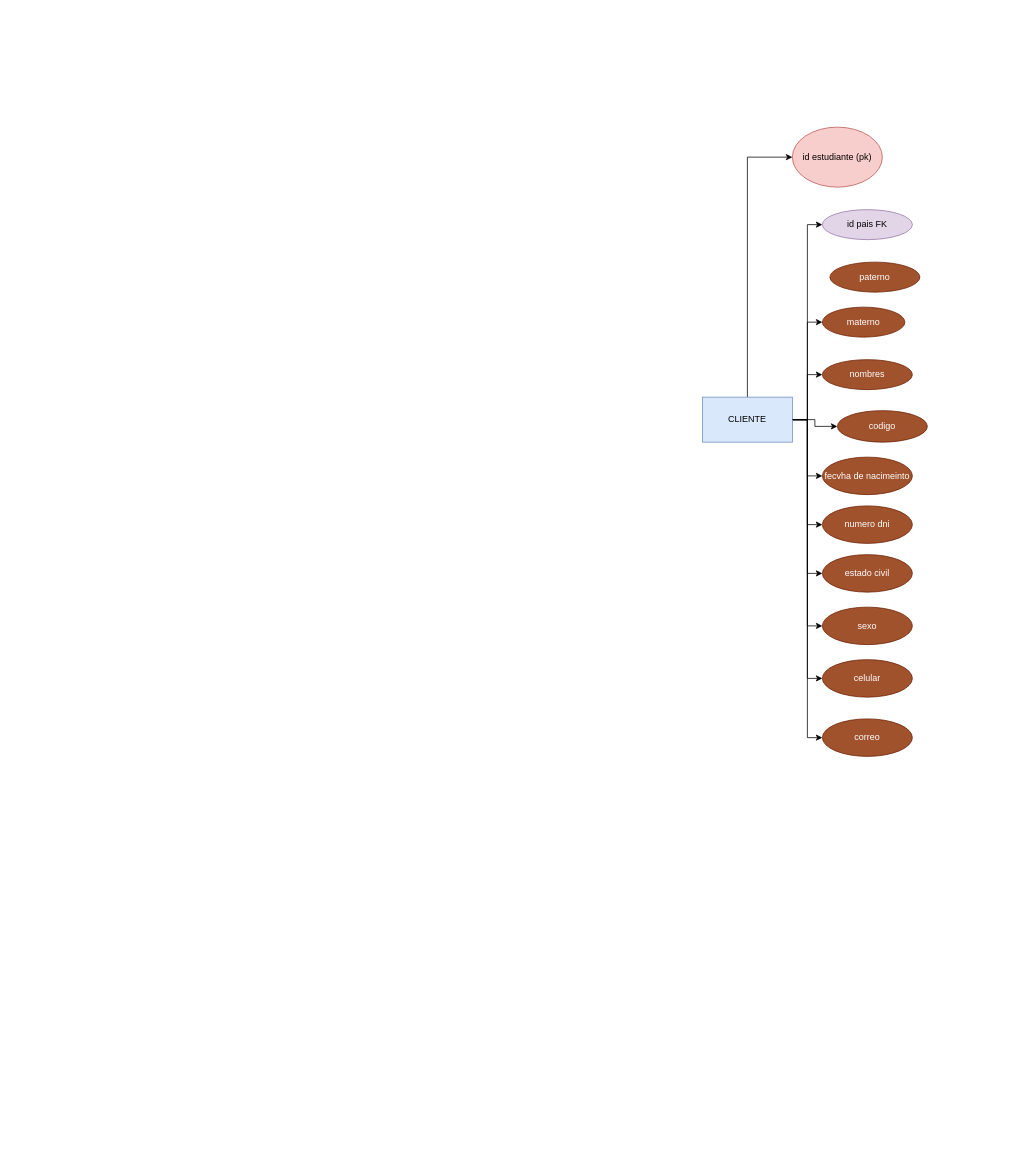
This is Diagrama TALEA título.drawio from alexanderhuahuacccapacc/BDn, a draw.io file, before an edit. Source tidied: cells renumbered, new cells numbered last; positions are measured from the earlier drawing's top-left corner, leaving out a move shared by most shapes. Both pictures are drawn from the tidied source at 75%, with x=0, y=0 at pixel (702, 127).
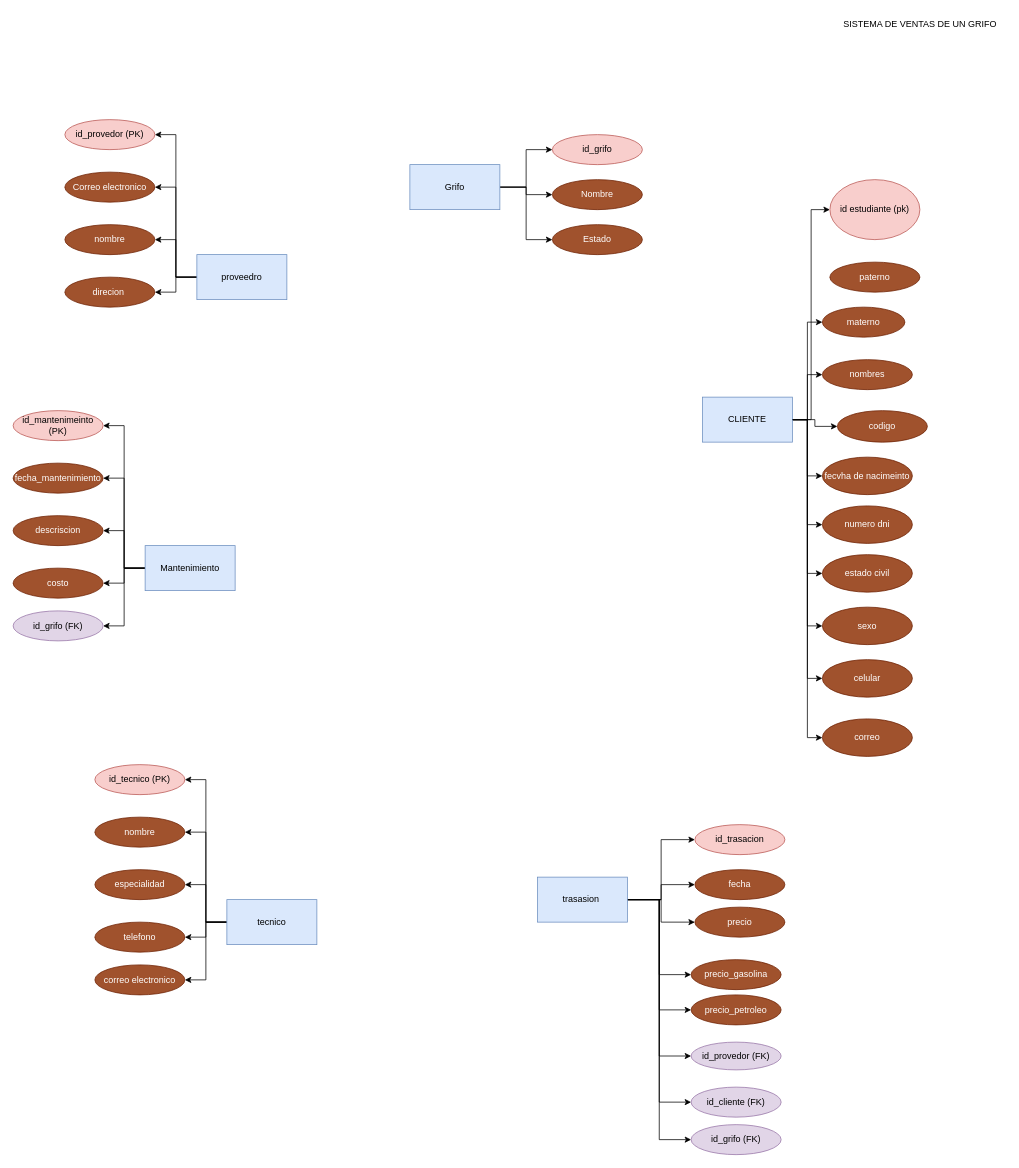
Above is the later version.

Unchanged cells that the change refers to:
```xml
<mxCell id="12" value="&lt;div&gt;CLIENTE&lt;/div&gt;" style="rounded=0;whiteSpace=wrap;html=1;fillColor=#dae8fc;strokeColor=#6c8ebf;" parent="1" vertex="1">
  <mxGeometry y="360" width="120" height="60" as="geometry" />
</mxCell>
```

Diff of the diagram source:
```diff
@@
-    <mxCell id="11" style="edgeStyle=orthogonalEdgeStyle;rounded=0;jettySize=auto;html=1;entryX=0;entryY=0.5;entryDx=0;entryDy=0;" parent="1" edge="1" source="12" target="24">
-      <mxGeometry relative="1" as="geometry" />
-    </mxCell>
@@
     <mxCell id="13" value="id estudiante (pk)" style="ellipse;whiteSpace=wrap;html=1;fillColor=#f8cecc;strokeColor=#b85450;" parent="1" vertex="1">
-      <mxGeometry x="120" width="120" height="80" as="geometry" />
+      <mxGeometry x="170" y="70" width="120" height="80" as="geometry" />
     </mxCell>
@@
-    <mxCell id="24" value="id pais FK" style="ellipse;whiteSpace=wrap;html=1;fillColor=#e1d5e7;strokeColor=#9673a6;" parent="1" vertex="1">
-      <mxGeometry x="160" y="110" width="120" height="40" as="geometry" />
-    </mxCell>
@@
+    <mxCell id="26" value="SISTEMA DE VENTAS DE UN GRIFO" style="text;html=1;align=center;verticalAlign=middle;strokeColor=none;fillColor=none;" parent="1" vertex="1">
+      <mxGeometry x="175" y="-152" width="230" height="30" as="geometry" />
+    </mxCell>
+    <mxCell id="27" style="edgeStyle=orthogonalEdgeStyle;rounded=0;jettySize=auto;html=1;entryX=0;entryY=0.5;entryDx=0;entryDy=0;" parent="1" edge="1" source="30" target="32">
+      <mxGeometry relative="1" as="geometry" />
+    </mxCell>
+    <mxCell id="28" style="edgeStyle=orthogonalEdgeStyle;rounded=0;jettySize=auto;html=1;entryX=0;entryY=0.5;entryDx=0;entryDy=0;" parent="1" edge="1" source="30" target="33">
+      <mxGeometry relative="1" as="geometry" />
+    </mxCell>
+    <mxCell id="29" style="edgeStyle=orthogonalEdgeStyle;rounded=0;jettySize=auto;html=1;entryX=0;entryY=0.5;entryDx=0;entryDy=0;" parent="1" edge="1" source="30" target="31">
+      <mxGeometry relative="1" as="geometry" />
+    </mxCell>
+    <mxCell id="30" value="Grifo" style="rounded=0;whiteSpace=wrap;html=1;fillColor=#dae8fc;strokeColor=#6c8ebf;" parent="1" vertex="1">
+      <mxGeometry x="-390" y="50" width="120" height="60" as="geometry" />
+    </mxCell>
+    <mxCell id="31" value="Estado" style="ellipse;whiteSpace=wrap;html=1;fillColor=#a0522d;strokeColor=#6D1F00;fontColor=#ffffff;" parent="1" vertex="1">
+      <mxGeometry x="-200" y="130" width="120" height="40" as="geometry" />
+    </mxCell>
+    <mxCell id="32" value="id_grifo" style="ellipse;whiteSpace=wrap;html=1;fillColor=#f8cecc;strokeColor=#b85450;" parent="1" vertex="1">
+      <mxGeometry x="-200" y="10" width="120" height="40" as="geometry" />
+    </mxCell>
+    <mxCell id="33" value="Nombre" style="ellipse;whiteSpace=wrap;html=1;fillColor=#a0522d;strokeColor=#6D1F00;fontColor=#ffffff;" parent="1" vertex="1">
+      <mxGeometry x="-200" y="70" width="120" height="40" as="geometry" />
+    </mxCell>
+    <mxCell id="34" style="edgeStyle=orthogonalEdgeStyle;rounded=0;jettySize=auto;html=1;entryX=1;entryY=0.5;entryDx=0;entryDy=0;" parent="1" edge="1" source="38" target="39">
+      <mxGeometry relative="1" as="geometry" />
+    </mxCell>
+    <mxCell id="35" style="edgeStyle=orthogonalEdgeStyle;rounded=0;jettySize=auto;html=1;entryX=1;entryY=0.5;entryDx=0;entryDy=0;" parent="1" edge="1" source="38" target="42">
+      <mxGeometry relative="1" as="geometry" />
+    </mxCell>
+    <mxCell id="36" style="edgeStyle=orthogonalEdgeStyle;rounded=0;jettySize=auto;html=1;entryX=1;entryY=0.5;entryDx=0;entryDy=0;" parent="1" edge="1" source="38" target="41">
+      <mxGeometry relative="1" as="geometry" />
+    </mxCell>
+    <mxCell id="37" style="edgeStyle=orthogonalEdgeStyle;rounded=0;jettySize=auto;html=1;entryX=1;entryY=0.5;entryDx=0;entryDy=0;" parent="1" edge="1" source="38" target="40">
+      <mxGeometry relative="1" as="geometry" />
+    </mxCell>
+    <mxCell id="38" value="proveedro" style="rounded=0;whiteSpace=wrap;html=1;fillColor=#dae8fc;strokeColor=#6c8ebf;" parent="1" vertex="1">
+      <mxGeometry x="-674" y="170" width="120" height="60" as="geometry" />
+    </mxCell>
+    <mxCell id="39" value="id_provedor (PK)" style="ellipse;whiteSpace=wrap;html=1;fillColor=#f8cecc;strokeColor=#b85450;" parent="1" vertex="1">
+      <mxGeometry x="-850" y="-10" width="120" height="40" as="geometry" />
+    </mxCell>
+    <mxCell id="40" value="direcion&amp;nbsp;" style="ellipse;whiteSpace=wrap;html=1;fillColor=#a0522d;strokeColor=#6D1F00;fontColor=#ffffff;" parent="1" vertex="1">
+      <mxGeometry x="-850" y="200" width="120" height="40" as="geometry" />
+    </mxCell>
+    <mxCell id="41" value="nombre" style="ellipse;whiteSpace=wrap;html=1;fillColor=#a0522d;strokeColor=#6D1F00;fontColor=#ffffff;" parent="1" vertex="1">
+      <mxGeometry x="-850" y="130" width="120" height="40" as="geometry" />
+    </mxCell>
+    <mxCell id="42" value="Correo electronico" style="ellipse;whiteSpace=wrap;html=1;fillColor=#a0522d;strokeColor=#6D1F00;fontColor=#ffffff;" parent="1" vertex="1">
+      <mxGeometry x="-850" y="60" width="120" height="40" as="geometry" />
+    </mxCell>
+    <mxCell id="43" style="edgeStyle=orthogonalEdgeStyle;rounded=0;jettySize=auto;html=1;entryX=1;entryY=0.5;entryDx=0;entryDy=0;" parent="1" edge="1" source="48" target="49">
+      <mxGeometry relative="1" as="geometry" />
+    </mxCell>
+    <mxCell id="44" style="edgeStyle=orthogonalEdgeStyle;rounded=0;jettySize=auto;html=1;entryX=1;entryY=0.5;entryDx=0;entryDy=0;" parent="1" edge="1" source="48" target="52">
+      <mxGeometry relative="1" as="geometry" />
+    </mxCell>
+    <mxCell id="45" style="edgeStyle=orthogonalEdgeStyle;rounded=0;jettySize=auto;html=1;entryX=1;entryY=0.5;entryDx=0;entryDy=0;" parent="1" edge="1" source="48" target="51">
+      <mxGeometry relative="1" as="geometry" />
+    </mxCell>
+    <mxCell id="46" style="edgeStyle=orthogonalEdgeStyle;rounded=0;jettySize=auto;html=1;entryX=1;entryY=0.5;entryDx=0;entryDy=0;" parent="1" edge="1" source="48" target="50">
+      <mxGeometry relative="1" as="geometry" />
+    </mxCell>
+    <mxCell id="47" style="edgeStyle=orthogonalEdgeStyle;rounded=0;jettySize=auto;html=1;entryX=1;entryY=0.5;entryDx=0;entryDy=0;" parent="1" edge="1" source="48" target="53">
+      <mxGeometry relative="1" as="geometry" />
+    </mxCell>
+    <mxCell id="48" value="Mantenimiento" style="rounded=0;whiteSpace=wrap;html=1;fillColor=#dae8fc;strokeColor=#6c8ebf;" parent="1" vertex="1">
+      <mxGeometry x="-743" y="558" width="120" height="60" as="geometry" />
+    </mxCell>
+    <mxCell id="49" value="id_mantenimeinto (PK)" style="ellipse;whiteSpace=wrap;html=1;fillColor=#f8cecc;strokeColor=#b85450;" parent="1" vertex="1">
+      <mxGeometry x="-919" y="378" width="120" height="40" as="geometry" />
+    </mxCell>
+    <mxCell id="50" value="costo" style="ellipse;whiteSpace=wrap;html=1;fillColor=#a0522d;strokeColor=#6D1F00;fontColor=#ffffff;" parent="1" vertex="1">
+      <mxGeometry x="-919" y="588" width="120" height="40" as="geometry" />
+    </mxCell>
+    <mxCell id="51" value="descriscion" style="ellipse;whiteSpace=wrap;html=1;fillColor=#a0522d;strokeColor=#6D1F00;fontColor=#ffffff;" parent="1" vertex="1">
+      <mxGeometry x="-919" y="518" width="120" height="40" as="geometry" />
+    </mxCell>
+    <mxCell id="52" value="fecha_mantenimiento" style="ellipse;whiteSpace=wrap;html=1;fillColor=#a0522d;strokeColor=#6D1F00;fontColor=#ffffff;" parent="1" vertex="1">
+      <mxGeometry x="-919" y="448" width="120" height="40" as="geometry" />
+    </mxCell>
+    <mxCell id="53" value="id_grifo (FK)" style="ellipse;whiteSpace=wrap;html=1;fillColor=#e1d5e7;strokeColor=#9673a6;" parent="1" vertex="1">
+      <mxGeometry x="-919" y="645" width="120" height="40" as="geometry" />
+    </mxCell>
+    <mxCell id="54" style="edgeStyle=orthogonalEdgeStyle;rounded=0;jettySize=auto;html=1;entryX=1;entryY=0.5;entryDx=0;entryDy=0;" parent="1" edge="1" source="59" target="60">
+      <mxGeometry relative="1" as="geometry" />
+    </mxCell>
+    <mxCell id="55" style="edgeStyle=orthogonalEdgeStyle;rounded=0;jettySize=auto;html=1;entryX=1;entryY=0.5;entryDx=0;entryDy=0;" parent="1" edge="1" source="59" target="63">
+      <mxGeometry relative="1" as="geometry" />
+    </mxCell>
+    <mxCell id="56" style="edgeStyle=orthogonalEdgeStyle;rounded=0;jettySize=auto;html=1;entryX=1;entryY=0.5;entryDx=0;entryDy=0;" parent="1" edge="1" source="59" target="62">
+      <mxGeometry relative="1" as="geometry" />
+    </mxCell>
+    <mxCell id="57" style="edgeStyle=orthogonalEdgeStyle;rounded=0;jettySize=auto;html=1;entryX=1;entryY=0.5;entryDx=0;entryDy=0;" parent="1" edge="1" source="59" target="61">
+      <mxGeometry relative="1" as="geometry" />
+    </mxCell>
+    <mxCell id="58" style="edgeStyle=orthogonalEdgeStyle;rounded=0;jettySize=auto;html=1;entryX=1;entryY=0.5;entryDx=0;entryDy=0;" parent="1" edge="1" source="59" target="64">
+      <mxGeometry relative="1" as="geometry" />
+    </mxCell>
+    <mxCell id="59" value="tecnico" style="rounded=0;whiteSpace=wrap;html=1;fillColor=#dae8fc;strokeColor=#6c8ebf;" parent="1" vertex="1">
+      <mxGeometry x="-634" y="1030" width="120" height="60" as="geometry" />
+    </mxCell>
+    <mxCell id="60" value="id_tecnico (PK)" style="ellipse;whiteSpace=wrap;html=1;fillColor=#f8cecc;strokeColor=#b85450;" parent="1" vertex="1">
+      <mxGeometry x="-810" y="850" width="120" height="40" as="geometry" />
+    </mxCell>
+    <mxCell id="61" value="telefono" style="ellipse;whiteSpace=wrap;html=1;fillColor=#a0522d;strokeColor=#6D1F00;fontColor=#ffffff;" parent="1" vertex="1">
+      <mxGeometry x="-810" y="1060" width="120" height="40" as="geometry" />
+    </mxCell>
+    <mxCell id="62" value="especialidad" style="ellipse;whiteSpace=wrap;html=1;fillColor=#a0522d;strokeColor=#6D1F00;fontColor=#ffffff;" parent="1" vertex="1">
+      <mxGeometry x="-810" y="990" width="120" height="40" as="geometry" />
+    </mxCell>
+    <mxCell id="63" value="nombre" style="ellipse;whiteSpace=wrap;html=1;fillColor=#a0522d;strokeColor=#6D1F00;fontColor=#ffffff;" parent="1" vertex="1">
+      <mxGeometry x="-810" y="920" width="120" height="40" as="geometry" />
+    </mxCell>
+    <mxCell id="64" value="correo electronico" style="ellipse;whiteSpace=wrap;html=1;fillColor=#a0522d;strokeColor=#6D1F00;fontColor=#ffffff;" parent="1" vertex="1">
+      <mxGeometry x="-810" y="1117" width="120" height="40" as="geometry" />
+    </mxCell>
+    <mxCell id="65" style="edgeStyle=orthogonalEdgeStyle;rounded=0;jettySize=auto;html=1;entryX=0;entryY=0.5;entryDx=0;entryDy=0;" parent="1" edge="1" source="73" target="75">
+      <mxGeometry relative="1" as="geometry" />
+    </mxCell>
+    <mxCell id="66" style="edgeStyle=orthogonalEdgeStyle;rounded=0;jettySize=auto;html=1;entryX=0;entryY=0.5;entryDx=0;entryDy=0;" parent="1" edge="1" source="73" target="74">
+      <mxGeometry relative="1" as="geometry" />
+    </mxCell>
+    <mxCell id="67" style="edgeStyle=orthogonalEdgeStyle;rounded=0;jettySize=auto;html=1;entryX=0;entryY=0.5;entryDx=0;entryDy=0;" parent="1" edge="1" source="73" target="76">
+      <mxGeometry relative="1" as="geometry" />
+    </mxCell>
+    <mxCell id="68" style="edgeStyle=orthogonalEdgeStyle;rounded=0;jettySize=auto;html=1;entryX=0;entryY=0.5;entryDx=0;entryDy=0;" parent="1" edge="1" source="73" target="78">
+      <mxGeometry relative="1" as="geometry" />
+    </mxCell>
+    <mxCell id="69" style="edgeStyle=orthogonalEdgeStyle;rounded=0;jettySize=auto;html=1;entryX=0;entryY=0.5;entryDx=0;entryDy=0;" parent="1" edge="1" source="73" target="77">
+      <mxGeometry relative="1" as="geometry" />
+    </mxCell>
+    <mxCell id="70" style="edgeStyle=orthogonalEdgeStyle;rounded=0;jettySize=auto;html=1;entryX=0;entryY=0.5;entryDx=0;entryDy=0;" parent="1" edge="1" source="73" target="80">
+      <mxGeometry relative="1" as="geometry" />
+    </mxCell>
+    <mxCell id="71" style="edgeStyle=orthogonalEdgeStyle;rounded=0;jettySize=auto;html=1;entryX=0;entryY=0.5;entryDx=0;entryDy=0;" parent="1" edge="1" source="73" target="81">
+      <mxGeometry relative="1" as="geometry" />
+    </mxCell>
+    <mxCell id="72" style="edgeStyle=orthogonalEdgeStyle;rounded=0;jettySize=auto;html=1;entryX=0;entryY=0.5;entryDx=0;entryDy=0;" parent="1" edge="1" source="73" target="79">
+      <mxGeometry relative="1" as="geometry" />
+    </mxCell>
+    <mxCell id="73" value="trasasion&amp;nbsp;" style="rounded=0;whiteSpace=wrap;html=1;fillColor=#dae8fc;strokeColor=#6c8ebf;" parent="1" vertex="1">
+      <mxGeometry x="-220" y="1000" width="120" height="60" as="geometry" />
+    </mxCell>
+    <mxCell id="74" value="precio" style="ellipse;whiteSpace=wrap;html=1;fillColor=#a0522d;strokeColor=#6D1F00;fontColor=#ffffff;" parent="1" vertex="1">
+      <mxGeometry x="-10" y="1040" width="120" height="40" as="geometry" />
+    </mxCell>
+    <mxCell id="75" value="id_trasacion" style="ellipse;whiteSpace=wrap;html=1;fillColor=#f8cecc;strokeColor=#b85450;" parent="1" vertex="1">
+      <mxGeometry x="-10" y="930" width="120" height="40" as="geometry" />
+    </mxCell>
+    <mxCell id="76" value="fecha" style="ellipse;whiteSpace=wrap;html=1;fillColor=#a0522d;strokeColor=#6D1F00;fontColor=#ffffff;" parent="1" vertex="1">
+      <mxGeometry x="-10" y="990" width="120" height="40" as="geometry" />
+    </mxCell>
+    <mxCell id="77" value="id_grifo (FK)" style="ellipse;whiteSpace=wrap;html=1;fillColor=#e1d5e7;strokeColor=#9673a6;" parent="1" vertex="1">
+      <mxGeometry x="-15" y="1330" width="120" height="40" as="geometry" />
+    </mxCell>
+    <mxCell id="78" value="id_provedor (FK)" style="ellipse;whiteSpace=wrap;html=1;fillColor=#e1d5e7;strokeColor=#9673a6;" parent="1" vertex="1">
+      <mxGeometry x="-15" y="1220" width="120" height="37" as="geometry" />
+    </mxCell>
+    <mxCell id="79" value="id_cliente (FK)" style="ellipse;whiteSpace=wrap;html=1;fillColor=#e1d5e7;strokeColor=#9673a6;" parent="1" vertex="1">
+      <mxGeometry x="-15" y="1280" width="120" height="40" as="geometry" />
+    </mxCell>
+    <mxCell id="80" value="precio_gasolina" style="ellipse;whiteSpace=wrap;html=1;fillColor=#a0522d;strokeColor=#6D1F00;fontColor=#ffffff;" parent="1" vertex="1">
+      <mxGeometry x="-15" y="1110" width="120" height="40" as="geometry" />
+    </mxCell>
+    <mxCell id="81" value="precio_petroleo" style="ellipse;whiteSpace=wrap;html=1;fillColor=#a0522d;strokeColor=#6D1F00;fontColor=#ffffff;" parent="1" vertex="1">
+      <mxGeometry x="-15" y="1157" width="120" height="40" as="geometry" />
+    </mxCell>
```
